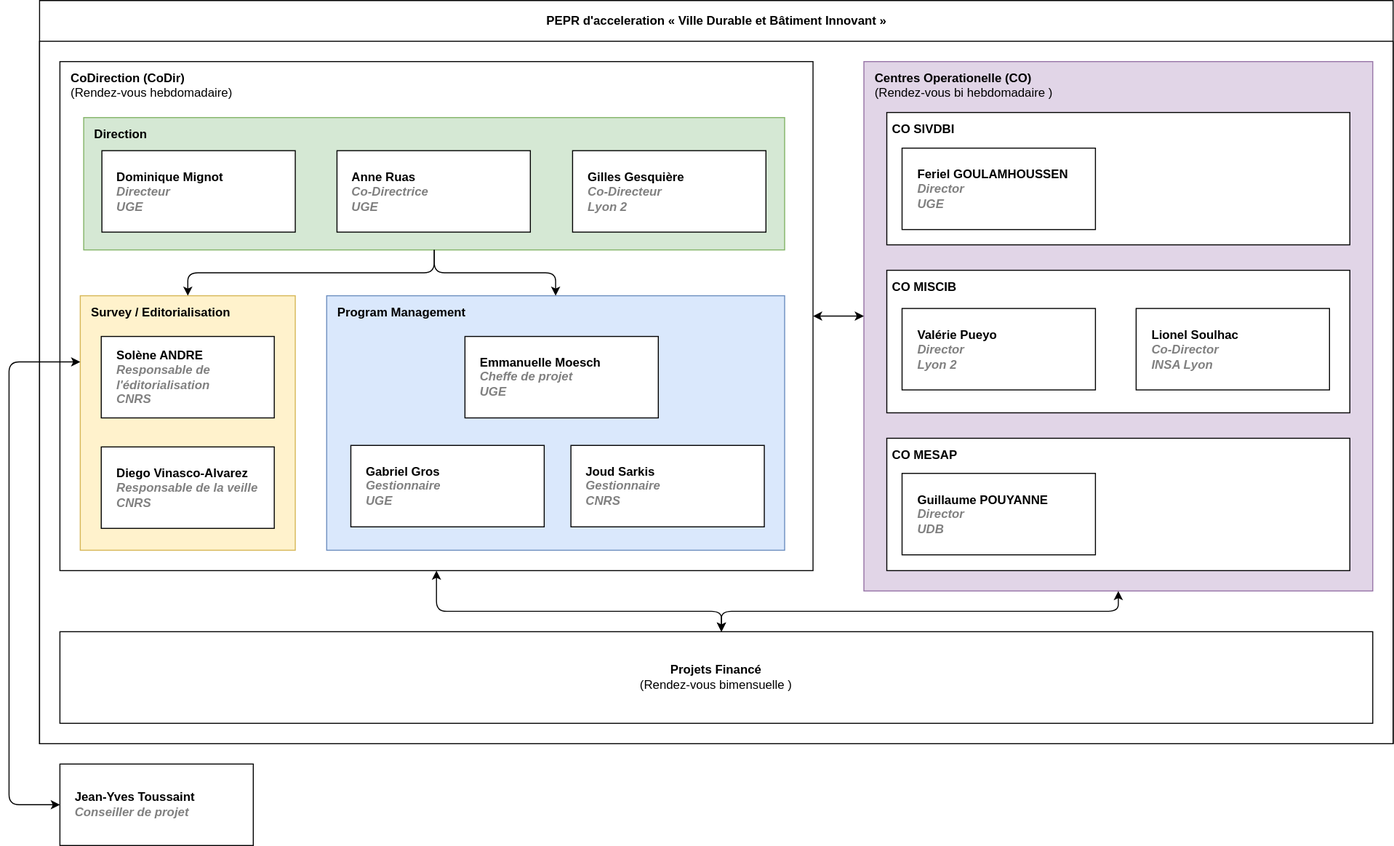
VCityTeam/PEPR-VDBI keeps this draw.io diagram as docs/organigramme.drawio.svg. Above is the earlier version. Source tidied: cells renumbered, new cells last; positions are measured from the earlier drawing's top-left corner, leaving out a move shared by most shapes.
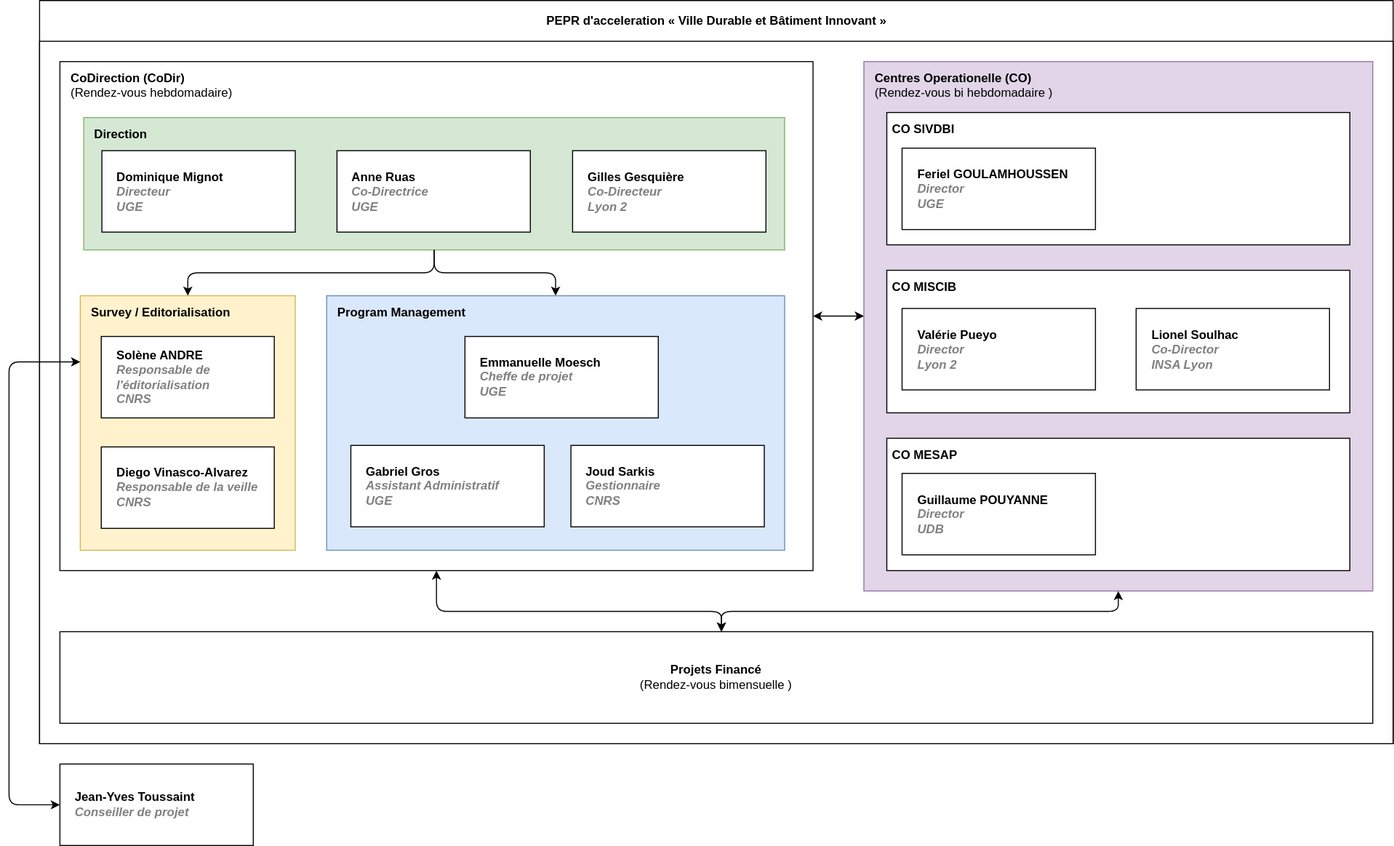
After the commit.

Commit message:
update org chart, add meeting notes

Change to the diagram source:
```diff
@@ -59,7 +59,7 @@
     <mxCell id="15" style="edgeStyle=orthogonalEdgeStyle;html=1;rounded=1;" parent="2" edge="1" source="5" target="9">
       <mxGeometry relative="1" as="geometry" />
     </mxCell>
-    <object id="16" label="%name%&lt;br style=&quot;border-color: var(--border-color);&quot;&gt;&lt;i style=&quot;border-color: var(--border-color); color: gray;&quot;&gt;&lt;i style=&quot;border-color: var(--border-color);&quot;&gt;%position%&lt;/i&gt;&lt;br style=&quot;border-color: var(--border-color);&quot;&gt;%employer%&lt;/i&gt;" email="" employer="UGE" location="Lyon" name="Gabriel Gros" placeholders="1" position="Gestionnaire">
+    <object id="16" label="%name%&lt;br style=&quot;border-color: var(--border-color);&quot;&gt;&lt;i style=&quot;border-color: var(--border-color); color: gray;&quot;&gt;&lt;i style=&quot;border-color: var(--border-color);&quot;&gt;%position%&lt;/i&gt;&lt;br style=&quot;border-color: var(--border-color);&quot;&gt;%employer%&lt;/i&gt;" email="" employer="UGE" location="Lyon" name="Gabriel Gros" placeholders="1" position="Assistant Administratif">
       <mxCell style="label;whiteSpace=wrap;html=1;rounded=0;glass=0;spacingLeft=0;spacing=15;" parent="2" vertex="1">
         <mxGeometry x="305.9" y="437" width="190" height="80" as="geometry" />
       </mxCell>
```
